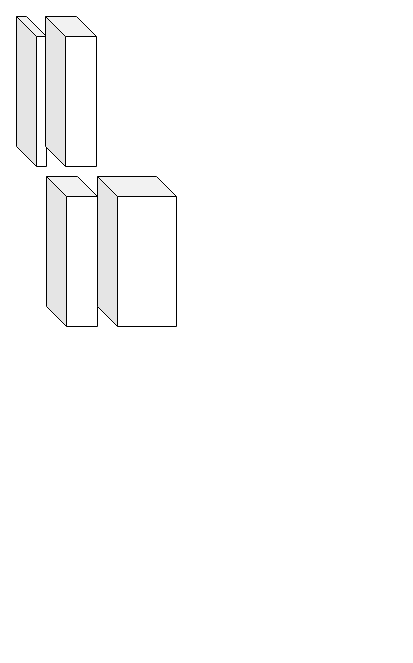
accucim/vimgolf keeps this draw.io diagram as 제목 없는 다이어그램.drawio. Above is the earlier version. Source tidied: cells renumbered, new cells numbered last; positions are measured from the earlier drawing's top-left corner, leaving out a move shared by most shapes. Both pictures are drawn from the tidied source at 100%, with x=0, y=0 at pixel (16, 16).
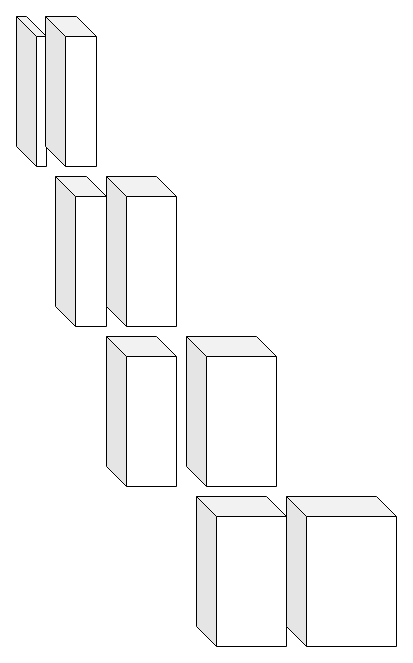
After the change.

Commit message (it also covers changes not shown here):
제목 없는 다이어그램.drawio 업데이트

What changed in the source:
```diff
@@
 <mxGraphModel>
   <root>
     <mxCell id="0" />
     <mxCell id="1" parent="0" />
     <mxCell id="2" style="shape=cube;whiteSpace=wrap;html=1;boundedLbl=1;backgroundOutline=1;darkOpacity=0.05;darkOpacity2=0.1;" parent="1" vertex="1">
       <mxGeometry width="30" height="150" as="geometry" />
     </mxCell>
     <mxCell id="3" style="shape=cube;whiteSpace=wrap;html=1;boundedLbl=1;backgroundOutline=1;darkOpacity=0.05;darkOpacity2=0.1;" parent="1" vertex="1">
       <mxGeometry x="29" width="51" height="150" as="geometry" />
     </mxCell>
-    <mxCell id="4" style="shape=cube;whiteSpace=wrap;html=1;boundedLbl=1;backgroundOutline=1;darkOpacity=0.05;darkOpacity2=0.1;" parent="1" vertex="1">
-      <mxGeometry x="30" y="160" width="51" height="150" as="geometry" />
-    </mxCell>
-    <mxCell id="5" style="shape=cube;whiteSpace=wrap;html=1;boundedLbl=1;backgroundOutline=1;darkOpacity=0.05;darkOpacity2=0.1;" parent="1" vertex="1">
-      <mxGeometry x="81" y="160" width="79" height="150" as="geometry" />
-    </mxCell>
+    <mxCell id="6" style="shape=cube;whiteSpace=wrap;html=1;boundedLbl=1;backgroundOutline=1;darkOpacity=0.05;darkOpacity2=0.1;" parent="1" vertex="1">
+      <mxGeometry x="39" y="160" width="51" height="150" as="geometry" />
+    </mxCell>
+    <mxCell id="7" style="shape=cube;whiteSpace=wrap;html=1;boundedLbl=1;backgroundOutline=1;darkOpacity=0.05;darkOpacity2=0.1;" parent="1" vertex="1">
+      <mxGeometry x="90" y="160" width="70" height="150" as="geometry" />
+    </mxCell>
+    <mxCell id="8" style="shape=cube;whiteSpace=wrap;html=1;boundedLbl=1;backgroundOutline=1;darkOpacity=0.05;darkOpacity2=0.1;" parent="1" vertex="1">
+      <mxGeometry x="90" y="320" width="70" height="150" as="geometry" />
+    </mxCell>
+    <mxCell id="9" style="shape=cube;whiteSpace=wrap;html=1;boundedLbl=1;backgroundOutline=1;darkOpacity=0.05;darkOpacity2=0.1;" parent="1" vertex="1">
+      <mxGeometry x="170" y="320" width="90" height="150" as="geometry" />
+    </mxCell>
+    <mxCell id="10" style="shape=cube;whiteSpace=wrap;html=1;boundedLbl=1;backgroundOutline=1;darkOpacity=0.05;darkOpacity2=0.1;" parent="1" vertex="1">
+      <mxGeometry x="180" y="480" width="90" height="150" as="geometry" />
+    </mxCell>
+    <mxCell id="11" style="shape=cube;whiteSpace=wrap;html=1;boundedLbl=1;backgroundOutline=1;darkOpacity=0.05;darkOpacity2=0.1;" parent="1" vertex="1">
+      <mxGeometry x="270" y="480" width="110" height="150" as="geometry" />
+    </mxCell>
   </root>
 </mxGraphModel>
```
